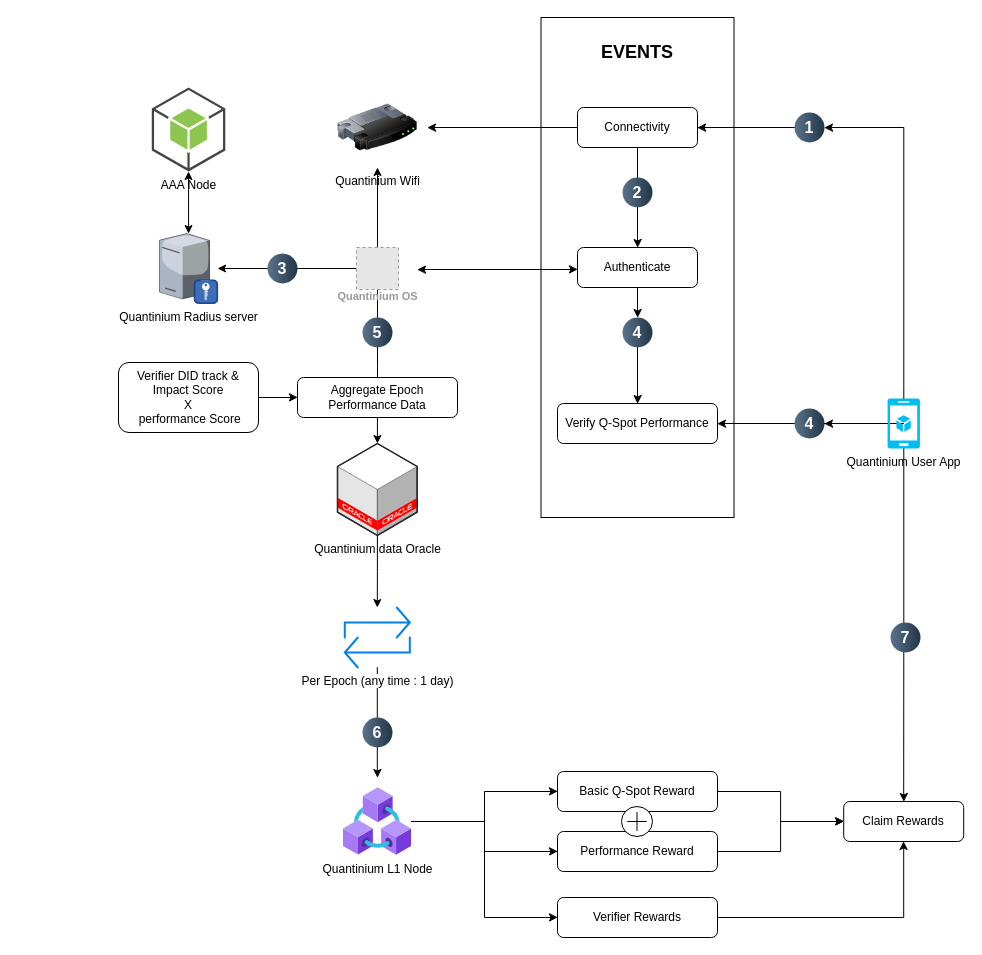
Above: QuantiniumOs.drawio in ali-05-ahmed/Concept-Diagrams (draw.io), before the change. Source tidied: cells renumbered, new cells numbered last; positions are measured from the earlier drawing's top-left corner, leaving out a move shared by most shapes. Both pictures are drawn from the tidied source at 100%, with x=0, y=0 at pixel (118, 17). Pictures stored in the file or linked from it are replaced by grey dashed boxes.
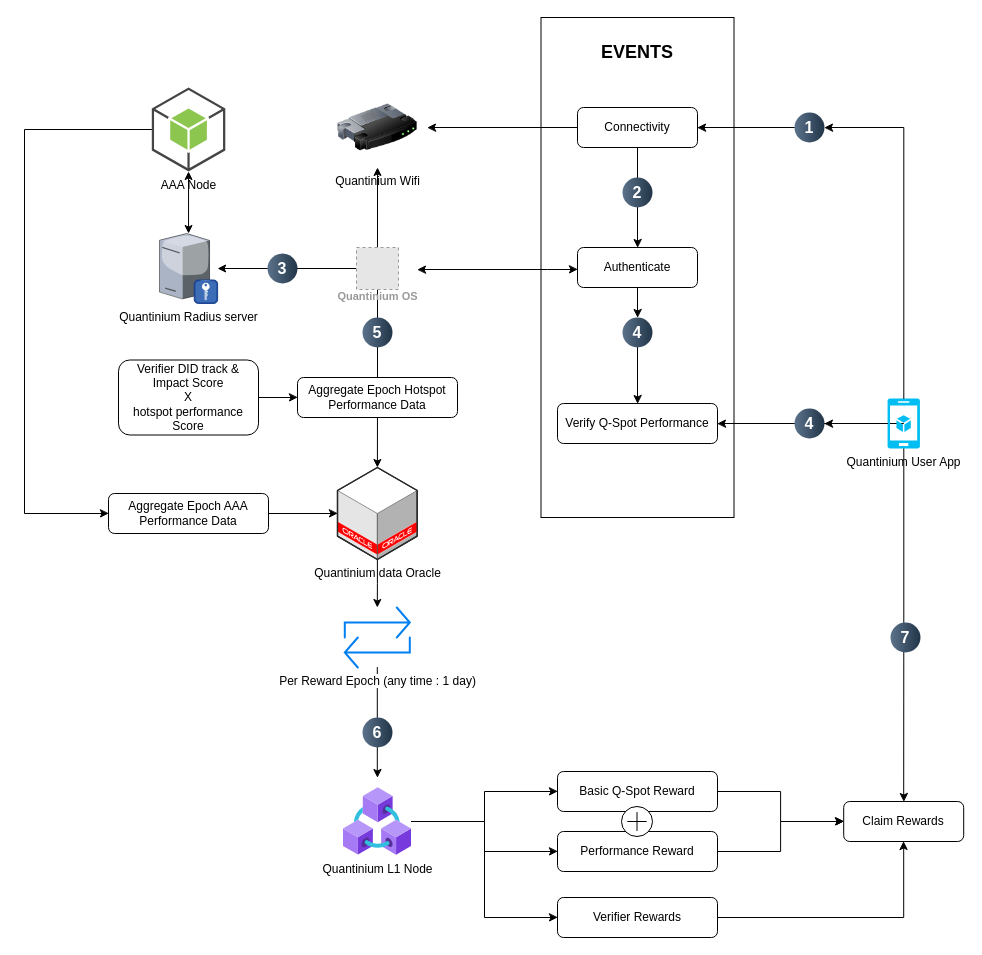
After the change.

The change refers to these unchanged cells:
```xml
<mxCell id="50" value="AAA Node" style="outlineConnect=0;dashed=0;verticalLabelPosition=bottom;verticalAlign=top;align=center;html=1;shape=mxgraph.aws3.android;fillColor=#8CC64F;gradientColor=none;" parent="1" vertex="1">
  <mxGeometry x="33.3" y="70" width="73.5" height="84" as="geometry" />
</mxCell>
```

What changed in the source:
```diff
@@
     <mxCell id="10" value="Quantinium data Oracle" style="verticalLabelPosition=bottom;html=1;verticalAlign=top;strokeWidth=1;align=center;outlineConnect=0;dashed=0;outlineConnect=0;shape=mxgraph.aws3d.oracleDataCenter;fillColor=#ffffff;strokeColor=#5E5E5E;" parent="1" vertex="1">
-      <mxGeometry x="219" y="426" width="79.7" height="92" as="geometry" />
+      <mxGeometry x="219" y="450" width="79.7" height="92" as="geometry" />
     </mxCell>
@@
-    <mxCell id="27" value="Per Epoch (any time : 1 day)" style="html=1;verticalLabelPosition=bottom;align=center;labelBackgroundColor=#ffffff;verticalAlign=top;strokeWidth=2;strokeColor=#0080F0;shadow=0;dashed=0;shape=mxgraph.ios7.icons.repeat;" parent="1" vertex="1">
+    <mxCell id="27" value="Per Reward Epoch (any time : 1 day)" style="html=1;verticalLabelPosition=bottom;align=center;labelBackgroundColor=#ffffff;verticalAlign=top;strokeWidth=2;strokeColor=#0080F0;shadow=0;dashed=0;shape=mxgraph.ios7.icons.repeat;" parent="1" vertex="1">
       <mxGeometry x="226.3" y="590" width="65" height="60" as="geometry" />
     </mxCell>
-    <mxCell id="28" value="Aggregate Epoch Performance Data" style="rounded=1;whiteSpace=wrap;html=1;" parent="1" vertex="1">
+    <mxCell id="28" value="Aggregate Epoch Hotspot Performance Data" style="rounded=1;whiteSpace=wrap;html=1;" parent="1" vertex="1">
       <mxGeometry x="179" y="360" width="160" height="40" as="geometry" />
     </mxCell>
@@
-    <mxCell id="39" value="Verifier DID track &amp;amp; Impact Score &lt;br&gt;X&lt;br&gt;&amp;nbsp;performance Score" style="rounded=1;whiteSpace=wrap;html=1;" parent="1" vertex="1">
-      <mxGeometry y="345" width="140" height="70" as="geometry" />
+    <mxCell id="39" value="Verifier DID track &amp;amp; Impact Score &lt;br&gt;X&lt;br&gt;hotspot performance Score" style="rounded=1;whiteSpace=wrap;html=1;" parent="1" vertex="1">
+      <mxGeometry y="342.5" width="140" height="75" as="geometry" />
     </mxCell>
@@
+    <mxCell id="53" style="edgeStyle=orthogonalEdgeStyle;rounded=0;jettySize=auto;html=1;entryX=0;entryY=0.5;entryDx=0;entryDy=0;" parent="1" edge="1" source="50" target="55">
+      <mxGeometry relative="1" as="geometry">
+        <Array as="points">
+          <mxPoint x="-94" y="112" />
+          <mxPoint x="-94" y="496" />
+        </Array>
+      </mxGeometry>
+    </mxCell>
@@
+    <mxCell id="54" style="edgeStyle=orthogonalEdgeStyle;rounded=0;jettySize=auto;html=1;" parent="1" edge="1" source="55" target="10">
+      <mxGeometry relative="1" as="geometry" />
+    </mxCell>
+    <mxCell id="55" value="Aggregate Epoch AAA Performance Data" style="rounded=1;whiteSpace=wrap;html=1;" parent="1" vertex="1">
+      <mxGeometry x="-10" y="476" width="160" height="40" as="geometry" />
+    </mxCell>
```
